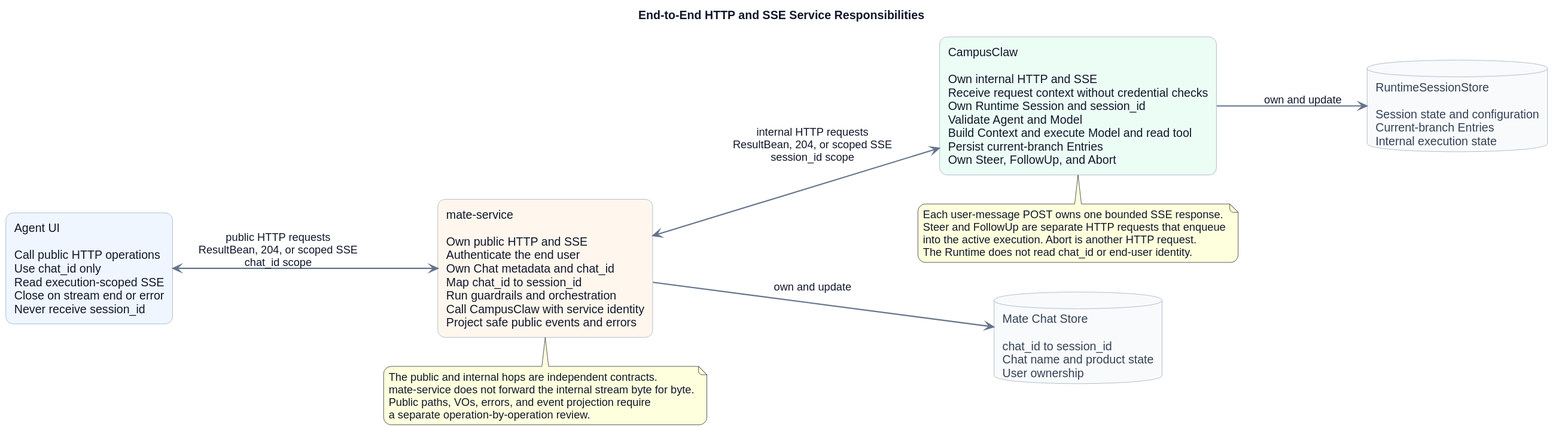
This is pi-mono-java-manager-driven-multi-agent-runtime/diagrams/service-boundary/mate_agent_service_responsibility_boundary.svg from ssm0808/pi-mono-java-design, a PlantUML export, as it was before one commit.
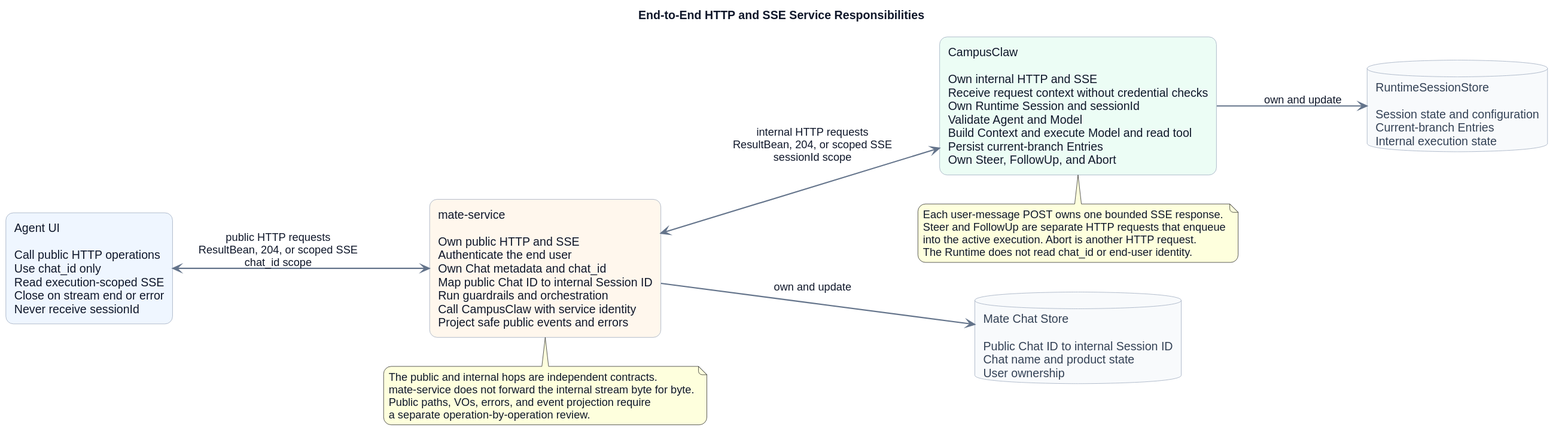
After the commit.

What changed in the source:
```diff
@@ -21,18 +21,18 @@
 
 left to right direction
 
-rectangle "Agent UI\n\nCall public HTTP operations\nUse chat_id only\nRead execution-scoped SSE\nClose on stream end or error\nNever receive session_id" as UI #EFF6FF
+rectangle "Agent UI\n\nCall public HTTP operations\nUse chat_id only\nRead execution-scoped SSE\nClose on stream end or error\nNever receive sessionId" as UI #EFF6FF
 
-rectangle "mate-service\n\nOwn public HTTP and SSE\nAuthenticate the end user\nOwn Chat metadata and chat_id\nMap chat_id to session_id\nRun guardrails and orchestration\nCall CampusClaw with service identity\nProject safe public events and errors" as Mate #FFF7ED
+rectangle "mate-service\n\nOwn public HTTP and SSE\nAuthenticate the end user\nOwn Chat metadata and chat_id\nMap public Chat ID to internal Session ID\nRun guardrails and orchestration\nCall CampusClaw with service identity\nProject safe public events and errors" as Mate #FFF7ED
 
-rectangle "CampusClaw\n\nOwn internal HTTP and SSE\nReceive request context without credential checks\nOwn Runtime Session and session_id\nValidate Agent and Model\nBuild Context and execute Model and read tool\nPersist current-branch Entries\nOwn Steer, FollowUp, and Abort" as Runtime #ECFDF5
+rectangle "CampusClaw\n\nOwn internal HTTP and SSE\nReceive request context without credential checks\nOwn Runtime Session and sessionId\nValidate Agent and Model\nBuild Context and execute Model and read tool\nPersist current-branch Entries\nOwn Steer, FollowUp, and Abort" as Runtime #ECFDF5
 
-database "Mate Chat Store\n\nchat_id to session_id\nChat name and product state\nUser ownership" as MateStore
+database "Mate Chat Store\n\nPublic Chat ID to internal Session ID\nChat name and product state\nUser ownership" as MateStore
 
 database "RuntimeSessionStore\n\nSession state and configuration\nCurrent-branch Entries\nInternal execution state" as RuntimeStore
 
 UI <--> Mate : public HTTP requests\nResultBean, 204, or scoped SSE\nchat_id scope
-Mate <--> Runtime : internal HTTP requests\nResultBean, 204, or scoped SSE\nsession_id scope
+Mate <--> Runtime : internal HTTP requests\nResultBean, 204, or scoped SSE\nsessionId scope
 Mate --> MateStore : own and update
 Runtime --> RuntimeStore : own and update
 
```
